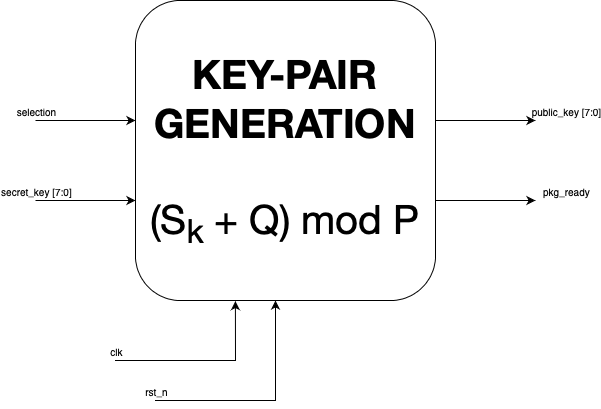
The draw.io diagram doc/kpg.png in GPericone/HW_project, before a commit. Source tidied: cells renumbered, new cells last; positions are measured from the earlier drawing's top-left corner, leaving out a move shared by most shapes. The source it was exported from:
```xml
<mxGraphModel>
  <root>
    <mxCell id="0" />
    <mxCell id="1" parent="0" />
    <mxCell id="2" style="rounded=0;whiteSpace=wrap;html=1;" parent="1" vertex="1">
      <mxGeometry x="190" y="240" width="120" height="60" as="geometry" />
    </mxCell>
    <mxCell id="3" value="&lt;font face=&quot;Helvetica Neue&quot; style=&quot;font-size: 40px;&quot;&gt;&lt;b&gt;KEY-PAIR&lt;br&gt;GENERATION&lt;/b&gt;&lt;br&gt;&lt;br&gt;(S&lt;sub&gt;k&lt;/sub&gt; + Q) mod P&lt;br&gt;&lt;/font&gt;" style="whiteSpace=wrap;html=1;rounded=1;strokeWidth=1;" parent="1" vertex="1">
      <mxGeometry x="100" width="300" height="300" as="geometry" />
    </mxCell>
    <mxCell id="4" style="endArrow=classic;html=1;rounded=0;fontSize=40;entryX=0.333;entryY=1.002;entryDx=0;entryDy=0;entryPerimeter=0;" parent="1" edge="1" target="3">
      <mxGeometry relative="1" as="geometry">
        <mxPoint x="80" y="360" as="sourcePoint" />
        <Array as="points">
          <mxPoint x="140" y="360" />
          <mxPoint x="200" y="360" />
        </Array>
      </mxGeometry>
    </mxCell>
    <mxCell id="5" value="clk" style="edgeLabel;html=1;align=center;verticalAlign=middle;rounded=1;strokeWidth=1;fontSize=10;" parent="4" vertex="1">
      <mxGeometry relative="1" as="geometry">
        <mxPoint x="-90" y="-10" as="offset" />
      </mxGeometry>
    </mxCell>
    <mxCell id="6" style="endArrow=classic;html=1;rounded=0;fontSize=40;" parent="1" edge="1">
      <mxGeometry relative="1" as="geometry">
        <mxPoint y="200" as="sourcePoint" />
        <mxPoint x="100" y="200" as="targetPoint" />
      </mxGeometry>
    </mxCell>
    <mxCell id="7" value="secret_key [7:0]" style="edgeLabel;html=1;align=center;verticalAlign=middle;rounded=1;strokeWidth=1;fontSize=10;" parent="6" vertex="1">
      <mxGeometry relative="1" as="geometry">
        <mxPoint x="-50" y="-10" as="offset" />
      </mxGeometry>
    </mxCell>
    <mxCell id="8" style="endArrow=classic;html=1;rounded=0;fontSize=40;" parent="1" edge="1">
      <mxGeometry relative="1" as="geometry">
        <mxPoint y="120" as="sourcePoint" />
        <mxPoint x="100" y="120" as="targetPoint" />
      </mxGeometry>
    </mxCell>
    <mxCell id="9" value="selection" style="edgeLabel;html=1;align=center;verticalAlign=middle;rounded=1;strokeWidth=1;fontSize=10;" parent="8" vertex="1">
      <mxGeometry relative="1" as="geometry">
        <mxPoint x="-50" y="-10" as="offset" />
      </mxGeometry>
    </mxCell>
    <mxCell id="10" style="endArrow=classic;html=1;rounded=0;fontSize=40;" parent="1" edge="1">
      <mxGeometry relative="1" as="geometry">
        <mxPoint x="120" y="400" as="sourcePoint" />
        <mxPoint x="240" y="300" as="targetPoint" />
        <Array as="points">
          <mxPoint x="240" y="400" />
        </Array>
      </mxGeometry>
    </mxCell>
    <mxCell id="11" value="rst_n" style="edgeLabel;html=1;align=center;verticalAlign=middle;rounded=1;strokeWidth=1;fontSize=10;" parent="10" vertex="1">
      <mxGeometry relative="1" as="geometry">
        <mxPoint x="-110" y="-10" as="offset" />
      </mxGeometry>
    </mxCell>
    <mxCell id="12" style="endArrow=classic;html=1;rounded=0;fontSize=40;" parent="1" edge="1">
      <mxGeometry relative="1" as="geometry">
        <mxPoint x="400" y="200" as="sourcePoint" />
        <mxPoint x="500" y="200" as="targetPoint" />
      </mxGeometry>
    </mxCell>
    <mxCell id="13" value="pkg_ready" style="edgeLabel;html=1;align=center;verticalAlign=middle;rounded=1;strokeWidth=1;fontSize=10;" parent="12" vertex="1">
      <mxGeometry relative="1" as="geometry">
        <mxPoint x="80" y="-10" as="offset" />
      </mxGeometry>
    </mxCell>
    <mxCell id="14" style="endArrow=classic;html=1;rounded=0;fontSize=40;" parent="1" edge="1">
      <mxGeometry relative="1" as="geometry">
        <mxPoint x="400" y="120" as="sourcePoint" />
        <mxPoint x="500" y="120" as="targetPoint" />
      </mxGeometry>
    </mxCell>
    <mxCell id="15" value="public_key [7:0]" style="edgeLabel;html=1;align=center;verticalAlign=middle;rounded=1;strokeWidth=1;fontSize=10;" parent="14" vertex="1">
      <mxGeometry relative="1" as="geometry">
        <mxPoint x="80" y="-10" as="offset" />
      </mxGeometry>
    </mxCell>
  </root>
</mxGraphModel>
```
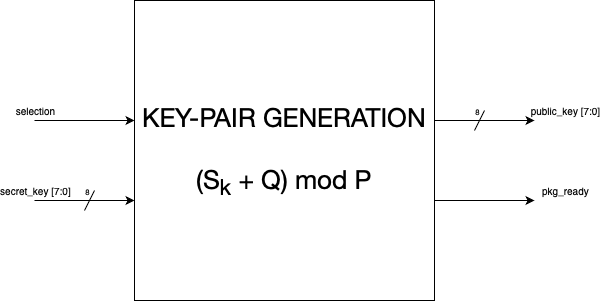
After the commit.

Change to the diagram source:
```diff
@@ -5,23 +5,9 @@
     <mxCell id="2" style="rounded=0;whiteSpace=wrap;html=1;" parent="1" vertex="1">
       <mxGeometry x="190" y="240" width="120" height="60" as="geometry" />
     </mxCell>
-    <mxCell id="3" value="&lt;font face=&quot;Helvetica Neue&quot; style=&quot;font-size: 40px;&quot;&gt;&lt;b&gt;KEY-PAIR&lt;br&gt;GENERATION&lt;/b&gt;&lt;br&gt;&lt;br&gt;(S&lt;sub&gt;k&lt;/sub&gt; + Q) mod P&lt;br&gt;&lt;/font&gt;" style="whiteSpace=wrap;html=1;rounded=1;strokeWidth=1;" parent="1" vertex="1">
+    <mxCell id="3" value="&lt;font face=&quot;Helvetica Neue&quot; style=&quot;font-size: 26px;&quot;&gt;KEY-PAIR&amp;nbsp;GENERATION&lt;br&gt;&lt;br&gt;(S&lt;sub&gt;k&lt;/sub&gt; + Q) mod P&lt;br&gt;&lt;/font&gt;" style="whiteSpace=wrap;html=1;rounded=0;strokeWidth=1;" parent="1" vertex="1">
       <mxGeometry x="100" width="300" height="300" as="geometry" />
     </mxCell>
-    <mxCell id="4" style="endArrow=classic;html=1;rounded=0;fontSize=40;entryX=0.333;entryY=1.002;entryDx=0;entryDy=0;entryPerimeter=0;" parent="1" edge="1" target="3">
-      <mxGeometry relative="1" as="geometry">
-        <mxPoint x="80" y="360" as="sourcePoint" />
-        <Array as="points">
-          <mxPoint x="140" y="360" />
-          <mxPoint x="200" y="360" />
-        </Array>
-      </mxGeometry>
-    </mxCell>
-    <mxCell id="5" value="clk" style="edgeLabel;html=1;align=center;verticalAlign=middle;rounded=1;strokeWidth=1;fontSize=10;" parent="4" vertex="1">
-      <mxGeometry relative="1" as="geometry">
-        <mxPoint x="-90" y="-10" as="offset" />
-      </mxGeometry>
-    </mxCell>
     <mxCell id="6" style="endArrow=classic;html=1;rounded=0;fontSize=40;" parent="1" edge="1">
       <mxGeometry relative="1" as="geometry">
         <mxPoint y="200" as="sourcePoint" />
@@ -44,20 +30,6 @@
         <mxPoint x="-50" y="-10" as="offset" />
       </mxGeometry>
     </mxCell>
-    <mxCell id="10" style="endArrow=classic;html=1;rounded=0;fontSize=40;" parent="1" edge="1">
-      <mxGeometry relative="1" as="geometry">
-        <mxPoint x="120" y="400" as="sourcePoint" />
-        <mxPoint x="240" y="300" as="targetPoint" />
-        <Array as="points">
-          <mxPoint x="240" y="400" />
-        </Array>
-      </mxGeometry>
-    </mxCell>
-    <mxCell id="11" value="rst_n" style="edgeLabel;html=1;align=center;verticalAlign=middle;rounded=1;strokeWidth=1;fontSize=10;" parent="10" vertex="1">
-      <mxGeometry relative="1" as="geometry">
-        <mxPoint x="-110" y="-10" as="offset" />
-      </mxGeometry>
-    </mxCell>
     <mxCell id="12" style="endArrow=classic;html=1;rounded=0;fontSize=40;" parent="1" edge="1">
       <mxGeometry relative="1" as="geometry">
         <mxPoint x="400" y="200" as="sourcePoint" />
@@ -80,5 +52,27 @@
         <mxPoint x="80" y="-10" as="offset" />
       </mxGeometry>
     </mxCell>
+    <mxCell id="16" style="endArrow=none;html=1;rounded=0;fontSize=26;" parent="1" edge="1">
+      <mxGeometry relative="1" as="geometry">
+        <mxPoint x="50" y="210" as="sourcePoint" />
+        <mxPoint x="60" y="190" as="targetPoint" />
+      </mxGeometry>
+    </mxCell>
+    <mxCell id="17" value="&lt;font style=&quot;font-size: 8px;&quot;&gt;8&lt;/font&gt;" style="edgeLabel;html=1;align=center;verticalAlign=middle;fontSize=26;labelBackgroundColor=none;" parent="16" vertex="1">
+      <mxGeometry x="0.27" relative="1" as="geometry">
+        <mxPoint x="-4" y="-11" as="offset" />
+      </mxGeometry>
+    </mxCell>
+    <mxCell id="18" style="endArrow=none;html=1;rounded=0;fontSize=26;" parent="1" edge="1">
+      <mxGeometry relative="1" as="geometry">
+        <mxPoint x="440" y="130" as="sourcePoint" />
+        <mxPoint x="450" y="110" as="targetPoint" />
+      </mxGeometry>
+    </mxCell>
+    <mxCell id="19" value="&lt;font style=&quot;font-size: 8px;&quot;&gt;8&lt;/font&gt;" style="edgeLabel;html=1;align=center;verticalAlign=middle;fontSize=26;labelBackgroundColor=none;" parent="18" vertex="1">
+      <mxGeometry x="0.27" relative="1" as="geometry">
+        <mxPoint x="-4" y="-11" as="offset" />
+      </mxGeometry>
+    </mxCell>
   </root>
 </mxGraphModel>
```
